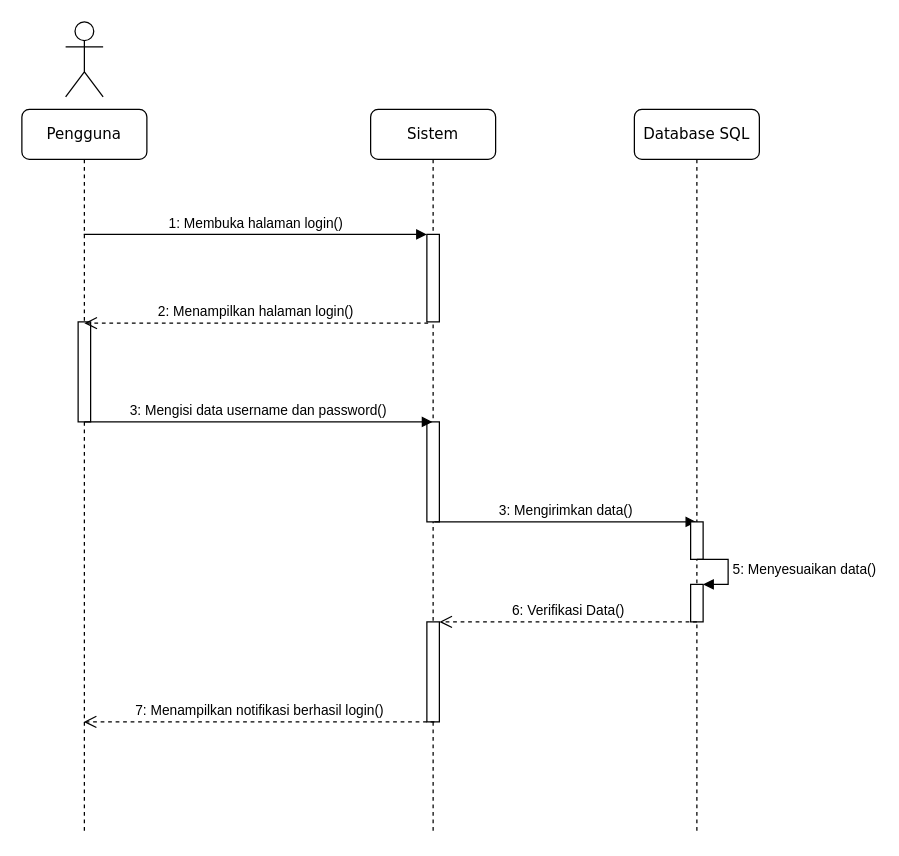
Above: page "Sequence Login" (3 of 13) of SIAKAD ERD.drawio in RidhoAnshory/drawiocloud (draw.io), before the change. Source tidied: cells renumbered, new cells numbered last; positions are measured from the earlier drawing's top-left corner, leaving out a move shared by most shapes. Both pictures are drawn from the tidied source at 125%, with x=0, y=0 at pixel (21, 21).
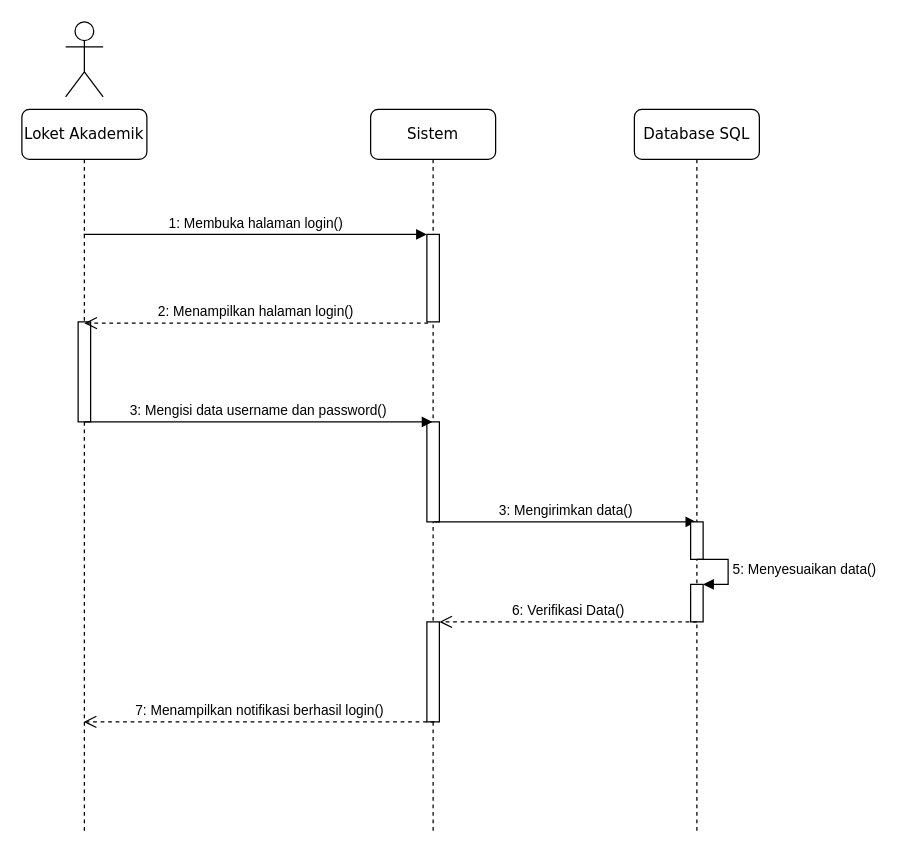
The same diagram, later.

The edit, as a diff of the source:
```diff
@@
-    <mxCell id="11" value="Pengguna" style="shape=umlLifeline;perimeter=lifelinePerimeter;whiteSpace=wrap;html=1;outlineConnect=0;rounded=1;shadow=0;comic=0;labelBackgroundColor=none;strokeWidth=1;fontFamily=Verdana;fontSize=12;align=center;" parent="1" vertex="1">
+    <mxCell id="11" value="Loket Akademik" style="shape=umlLifeline;perimeter=lifelinePerimeter;whiteSpace=wrap;html=1;outlineConnect=0;rounded=1;shadow=0;comic=0;labelBackgroundColor=none;strokeWidth=1;fontFamily=Verdana;fontSize=12;align=center;" parent="1" vertex="1">
       <mxGeometry y="70" width="100" height="580" as="geometry" />
     </mxCell>
```
